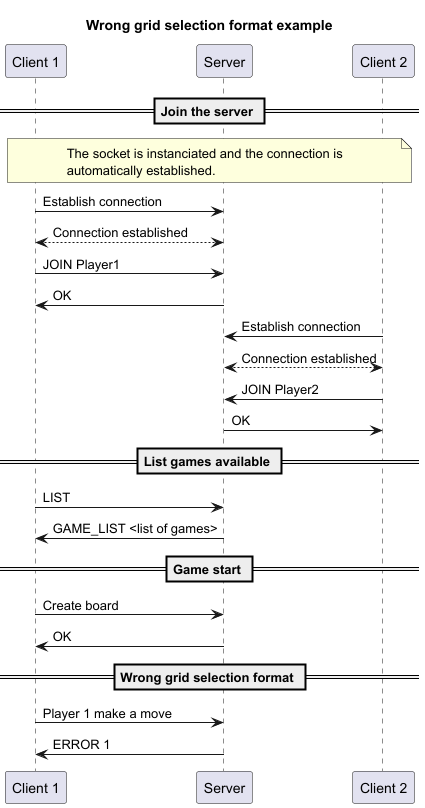
Above: doc/img/format_error_example-Wrong_grid_selection_format_example.png in AlexB-HEIG/DAI-Practical-work-2 (PlantUML), before the change.
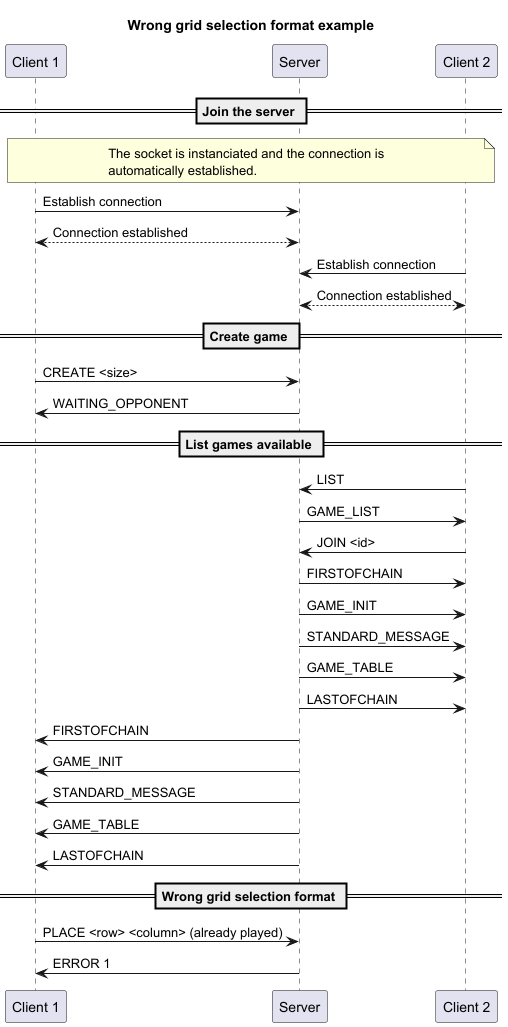
The same file after the commit.

Change to the diagram source:
```diff
@@ -16,27 +16,35 @@
 c1->s : Establish connection
 c1<-->s : Connection established
 
-c1->s: JOIN Player1
-s->c1: OK
-
 c2->s : Establish connection
 c2<-->s : Connection established
 
-c2->s: JOIN Player2
-s->c2: OK
+
+== Create game ==
+
+c1->s: CREATE <size>
+s->c1: WAITING_OPPONENT
 
 == List games available ==
 
-c1->s: LIST
-s->c1: GAME_LIST <list of games>
+c2->s: LIST
+s->c2: GAME_LIST
 
-== Game start ==
+c2->s: JOIN <id>
 
-c1->s : Create board
-s->c1: OK
+s->c2: FIRSTOFCHAIN
+s->c2: GAME_INIT
+s->c2: STANDARD_MESSAGE
+s->c2: GAME_TABLE
+s->c2: LASTOFCHAIN
 
+s->c1: FIRSTOFCHAIN
+s->c1: GAME_INIT
+s->c1: STANDARD_MESSAGE
+s->c1: GAME_TABLE
+s->c1: LASTOFCHAIN
 == Wrong grid selection format ==
-c1->s: Player 1 make a move
+c1->s: PLACE <row> <column> (already played)
 s->c1: ERROR 1
 
 
```
